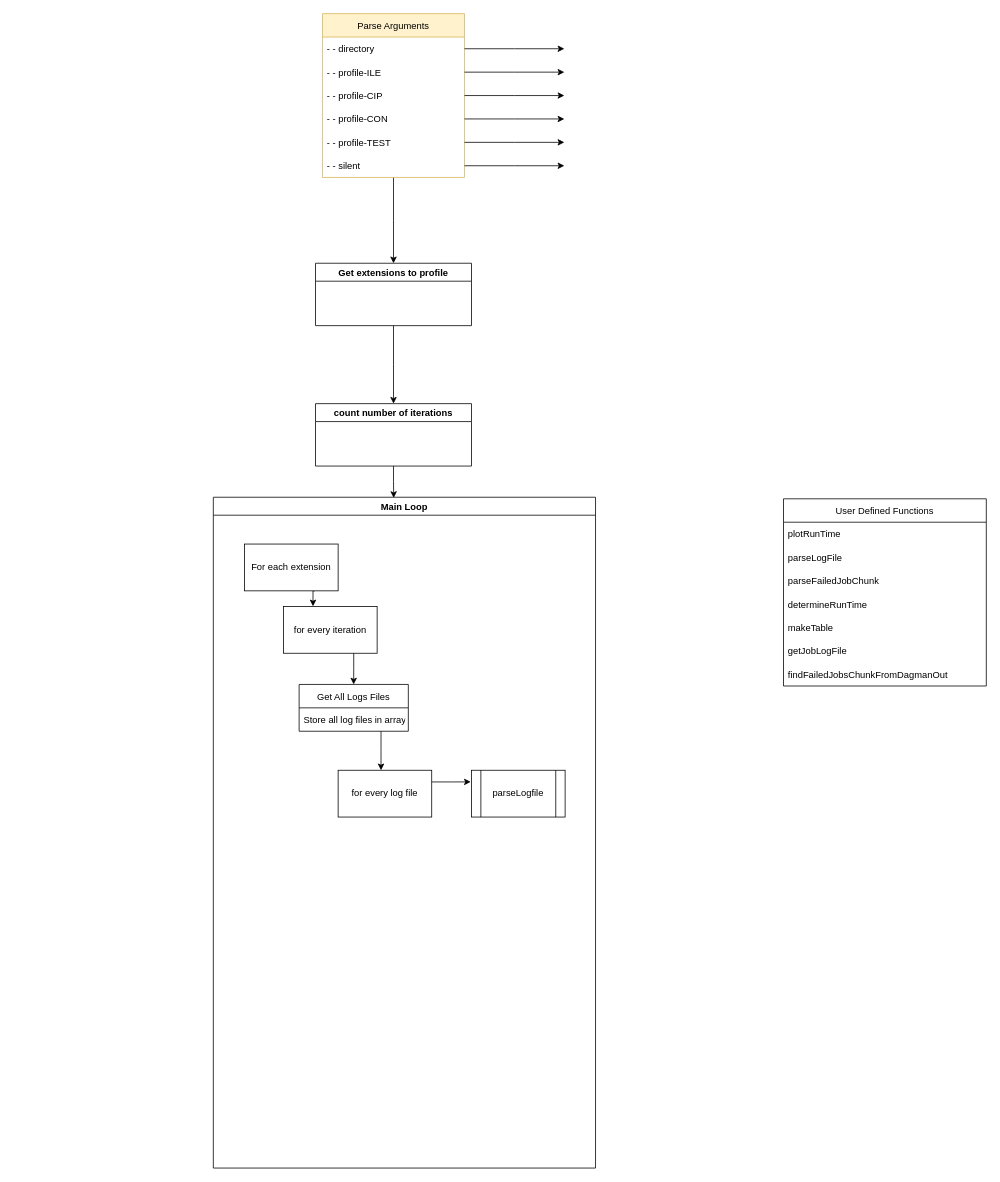
The draw.io diagram RIFT-Profiling-Script.drawio in jkwofford/JKWportfolio, before the edit. Source tidied: cells renumbered, new cells numbered last; positions are measured from the earlier drawing's top-left corner, leaving out a move shared by most shapes. Both pictures are drawn from the tidied source at 78%, with x=0, y=0 at pixel (213, 13).
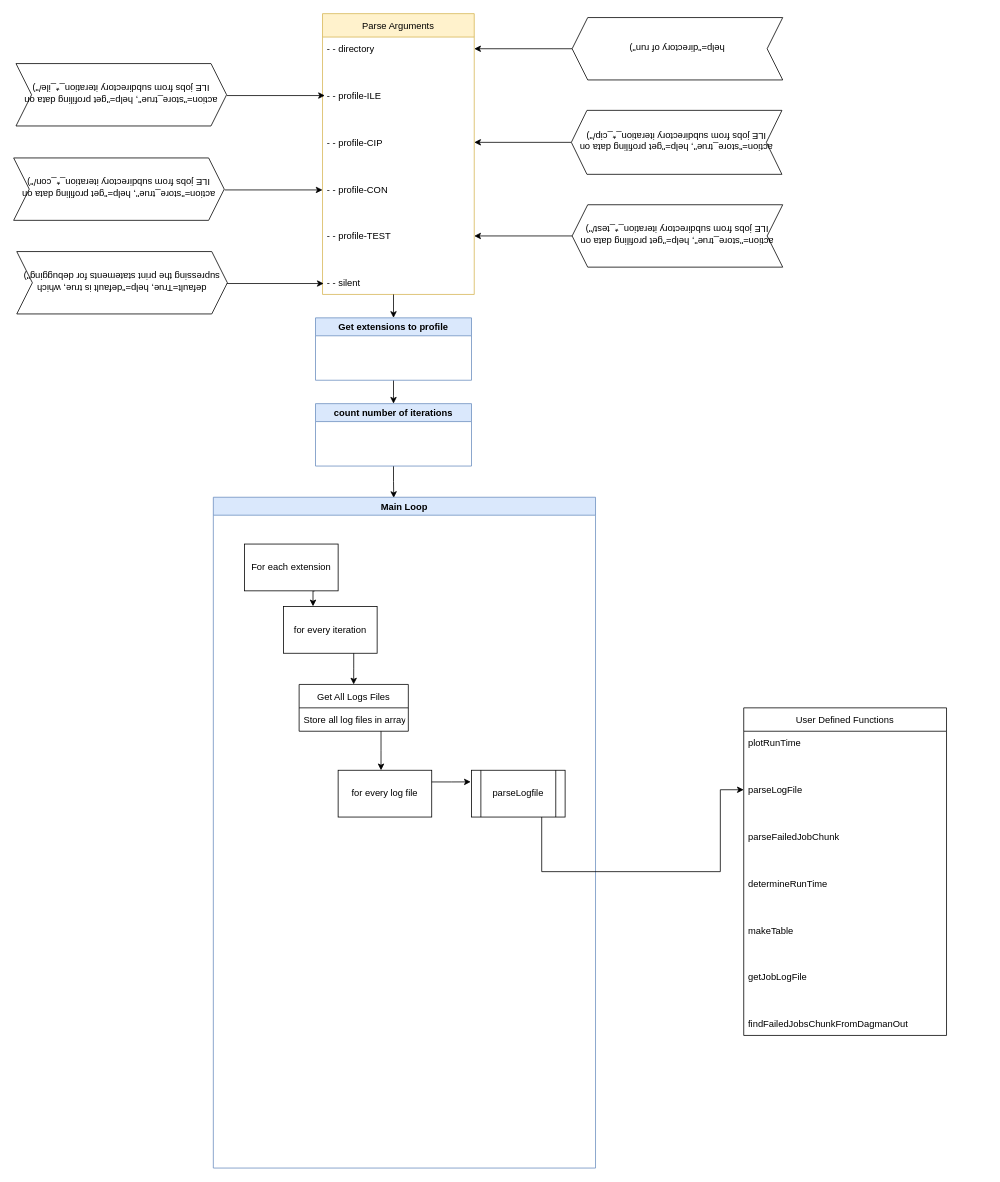
Above is the later version.

The change refers to these unchanged cells:
```xml
<mxCell id="27" value="parseLogfile" style="shape=process;whiteSpace=wrap;html=1;backgroundOutline=1;" parent="20" vertex="1">
  <mxGeometry x="331" y="350" width="120" height="60" as="geometry" />
</mxCell>
```

Diff of the diagram source:
```diff
@@
-    <mxCell id="2" style="edgeStyle=orthogonalEdgeStyle;rounded=0;jettySize=auto;html=1;" parent="1" edge="1" source="3">
-      <mxGeometry relative="1" as="geometry">
-        <mxPoint x="231" y="320" as="targetPoint" />
-      </mxGeometry>
-    </mxCell>
     <mxCell id="3" value="Parse Arguments" style="swimlane;fontStyle=0;horizontal=1;startSize=30;fillColor=#fff2cc;strokeColor=#d6b656;" parent="1" vertex="1">
-      <mxGeometry x="140" width="182" height="210" as="geometry" />
+      <mxGeometry x="140" width="194.5" height="360" as="geometry" />
     </mxCell>
     <mxCell id="4" value="- - directory" style="text;strokeColor=none;fillColor=none;align=left;verticalAlign=middle;spacingLeft=4;spacingRight=4;overflow=hidden;points=[[0,0.5],[1,0.5]];portConstraint=eastwest;" parent="3" vertex="1">
-      <mxGeometry y="30" width="182" height="30" as="geometry" />
+      <mxGeometry y="30" width="194.5" height="30" as="geometry" />
     </mxCell>
+    <mxCell id="39" style="text;strokeColor=none;fillColor=none;align=left;verticalAlign=middle;spacingLeft=4;spacingRight=4;overflow=hidden;" parent="3" vertex="1">
+      <mxGeometry y="60" width="194.5" height="30" as="geometry" />
+    </mxCell>
     <mxCell id="5" value="- - profile-ILE" style="text;strokeColor=none;fillColor=none;align=left;verticalAlign=middle;spacingLeft=4;spacingRight=4;overflow=hidden;points=[[0,0.5],[1,0.5]];portConstraint=eastwest;" parent="3" vertex="1">
-      <mxGeometry y="60" width="182" height="30" as="geometry" />
+      <mxGeometry y="90" width="194.5" height="30" as="geometry" />
     </mxCell>
+    <mxCell id="40" style="text;strokeColor=none;fillColor=none;align=left;verticalAlign=middle;spacingLeft=4;spacingRight=4;overflow=hidden;" parent="3" vertex="1">
+      <mxGeometry y="120" width="194.5" height="30" as="geometry" />
+    </mxCell>
     <mxCell id="6" value="- - profile-CIP" style="text;strokeColor=none;fillColor=none;align=left;verticalAlign=middle;spacingLeft=4;spacingRight=4;overflow=hidden;points=[[0,0.5],[1,0.5]];portConstraint=eastwest;" parent="3" vertex="1">
-      <mxGeometry y="90" width="182" height="30" as="geometry" />
+      <mxGeometry y="150" width="194.5" height="30" as="geometry" />
     </mxCell>
+    <mxCell id="41" style="text;strokeColor=none;fillColor=none;align=left;verticalAlign=middle;spacingLeft=4;spacingRight=4;overflow=hidden;" parent="3" vertex="1">
+      <mxGeometry y="180" width="194.5" height="30" as="geometry" />
+    </mxCell>
     <mxCell id="7" value="- - profile-CON" style="text;strokeColor=none;fillColor=none;align=left;verticalAlign=middle;spacingLeft=4;spacingRight=4;overflow=hidden;points=[[0,0.5],[1,0.5]];portConstraint=eastwest;" parent="3" vertex="1">
-      <mxGeometry y="120" width="182" height="30" as="geometry" />
+      <mxGeometry y="210" width="194.5" height="30" as="geometry" />
     </mxCell>
+    <mxCell id="42" style="text;strokeColor=none;fillColor=none;align=left;verticalAlign=middle;spacingLeft=4;spacingRight=4;overflow=hidden;" parent="3" vertex="1">
+      <mxGeometry y="240" width="194.5" height="30" as="geometry" />
+    </mxCell>
     <mxCell id="8" value="- - profile-TEST" style="text;strokeColor=none;fillColor=none;align=left;verticalAlign=middle;spacingLeft=4;spacingRight=4;overflow=hidden;points=[[0,0.5],[1,0.5]];portConstraint=eastwest;" parent="3" vertex="1">
-      <mxGeometry y="150" width="182" height="30" as="geometry" />
+      <mxGeometry y="270" width="194.5" height="30" as="geometry" />
     </mxCell>
+    <mxCell id="43" style="text;strokeColor=none;fillColor=none;align=left;verticalAlign=middle;spacingLeft=4;spacingRight=4;overflow=hidden;" parent="3" vertex="1">
+      <mxGeometry y="300" width="194.5" height="30" as="geometry" />
+    </mxCell>
     <mxCell id="9" value="- - silent" style="text;strokeColor=none;fillColor=none;align=left;verticalAlign=middle;spacingLeft=4;spacingRight=4;overflow=hidden;points=[[0,0.5],[1,0.5]];portConstraint=eastwest;" parent="3" vertex="1">
-      <mxGeometry y="180" width="182" height="30" as="geometry" />
+      <mxGeometry y="330" width="194.5" height="30" as="geometry" />
     </mxCell>
-    <mxCell id="10" style="edgeStyle=orthogonalEdgeStyle;rounded=0;jettySize=auto;html=1;" parent="1" edge="1" source="4">
-      <mxGeometry relative="1" as="geometry">
-        <mxPoint x="450" y="45" as="targetPoint" />
-      </mxGeometry>
-    </mxCell>
-    <mxCell id="11" style="edgeStyle=orthogonalEdgeStyle;rounded=0;jettySize=auto;html=1;" parent="1" edge="1" source="5">
+    <mxCell id="11" style="edgeStyle=orthogonalEdgeStyle;rounded=0;orthogonalLoop=1;jettySize=auto;html=1;" parent="1" edge="1">
       <mxGeometry relative="1" as="geometry">
-        <mxPoint x="450" y="75" as="targetPoint" />
+        <mxPoint x="17.5" y="105" as="sourcePoint" />
+        <mxPoint x="143" y="105" as="targetPoint" />
       </mxGeometry>
     </mxCell>
-    <mxCell id="12" style="edgeStyle=orthogonalEdgeStyle;rounded=0;jettySize=auto;html=1;" parent="1" edge="1" source="6">
-      <mxGeometry relative="1" as="geometry">
-        <mxPoint x="450" y="105" as="targetPoint" />
-      </mxGeometry>
-    </mxCell>
-    <mxCell id="13" style="edgeStyle=orthogonalEdgeStyle;rounded=0;jettySize=auto;html=1;" parent="1" edge="1" source="7">
-      <mxGeometry relative="1" as="geometry">
-        <mxPoint x="450" y="135" as="targetPoint" />
-      </mxGeometry>
-    </mxCell>
-    <mxCell id="14" style="edgeStyle=orthogonalEdgeStyle;rounded=0;jettySize=auto;html=1;" parent="1" edge="1" source="8">
-      <mxGeometry relative="1" as="geometry">
-        <mxPoint x="450" y="165" as="targetPoint" />
-      </mxGeometry>
-    </mxCell>
-    <mxCell id="15" style="edgeStyle=orthogonalEdgeStyle;rounded=0;jettySize=auto;html=1;" parent="1" edge="1" source="9">
-      <mxGeometry relative="1" as="geometry">
-        <mxPoint x="450" y="195" as="targetPoint" />
-      </mxGeometry>
-    </mxCell>
@@
-    <mxCell id="17" value="Get extensions to profile" style="swimlane;" parent="1" vertex="1">
-      <mxGeometry x="131" y="320" width="200" height="80" as="geometry" />
+    <mxCell id="17" value="Get extensions to profile" style="swimlane;fillColor=#dae8fc;strokeColor=#6c8ebf;" parent="1" vertex="1">
+      <mxGeometry x="131" y="390" width="200" height="80" as="geometry" />
     </mxCell>
@@
-    <mxCell id="19" value="count number of iterations" style="swimlane;" parent="1" vertex="1">
+    <mxCell id="19" value="count number of iterations" style="swimlane;fillColor=#dae8fc;strokeColor=#6c8ebf;" parent="1" vertex="1">
       <mxGeometry x="131" y="500" width="200" height="80" as="geometry" />
     </mxCell>
-    <mxCell id="20" value="Main Loop" style="swimlane;startSize=23;" parent="1" vertex="1">
+    <mxCell id="20" value="Main Loop" style="swimlane;startSize=23;fillColor=#dae8fc;strokeColor=#6c8ebf;" parent="1" vertex="1">
       <mxGeometry y="620" width="490" height="860" as="geometry" />
     </mxCell>
@@
     <mxCell id="31" value="User Defined Functions" style="swimlane;fontStyle=0;horizontal=1;startSize=30;" parent="1" vertex="1">
-      <mxGeometry x="731" y="622" width="260" height="240" as="geometry" />
+      <mxGeometry x="680" y="890" width="260" height="420" as="geometry" />
     </mxCell>
@@
+    <mxCell id="44" style="text;strokeColor=none;fillColor=none;align=left;verticalAlign=middle;spacingLeft=4;spacingRight=4;overflow=hidden;" parent="31" vertex="1">
+      <mxGeometry y="60" width="260" height="30" as="geometry" />
+    </mxCell>
     <mxCell id="33" value="parseLogFile" style="text;strokeColor=none;fillColor=none;align=left;verticalAlign=middle;spacingLeft=4;spacingRight=4;overflow=hidden;points=[[0,0.5],[1,0.5]];portConstraint=eastwest;" parent="31" vertex="1">
-      <mxGeometry y="60" width="260" height="30" as="geometry" />
+      <mxGeometry y="90" width="260" height="30" as="geometry" />
     </mxCell>
+    <mxCell id="45" style="text;strokeColor=none;fillColor=none;align=left;verticalAlign=middle;spacingLeft=4;spacingRight=4;overflow=hidden;" parent="31" vertex="1">
+      <mxGeometry y="120" width="260" height="30" as="geometry" />
+    </mxCell>
     <mxCell id="34" value="parseFailedJobChunk" style="text;strokeColor=none;fillColor=none;align=left;verticalAlign=middle;spacingLeft=4;spacingRight=4;overflow=hidden;" parent="31" vertex="1">
-      <mxGeometry y="90" width="260" height="30" as="geometry" />
+      <mxGeometry y="150" width="260" height="30" as="geometry" />
     </mxCell>
+    <mxCell id="46" style="text;strokeColor=none;fillColor=none;align=left;verticalAlign=middle;spacingLeft=4;spacingRight=4;overflow=hidden;" parent="31" vertex="1">
+      <mxGeometry y="180" width="260" height="30" as="geometry" />
+    </mxCell>
     <mxCell id="35" value="determineRunTime" style="text;strokeColor=none;fillColor=none;align=left;verticalAlign=middle;spacingLeft=4;spacingRight=4;overflow=hidden;" parent="31" vertex="1">
-      <mxGeometry y="120" width="260" height="30" as="geometry" />
+      <mxGeometry y="210" width="260" height="30" as="geometry" />
     </mxCell>
+    <mxCell id="47" style="text;strokeColor=none;fillColor=none;align=left;verticalAlign=middle;spacingLeft=4;spacingRight=4;overflow=hidden;" parent="31" vertex="1">
+      <mxGeometry y="240" width="260" height="30" as="geometry" />
+    </mxCell>
     <mxCell id="36" value="makeTable" style="text;strokeColor=none;fillColor=none;align=left;verticalAlign=middle;spacingLeft=4;spacingRight=4;overflow=hidden;" parent="31" vertex="1">
-      <mxGeometry y="150" width="260" height="30" as="geometry" />
+      <mxGeometry y="270" width="260" height="30" as="geometry" />
     </mxCell>
+    <mxCell id="48" style="text;strokeColor=none;fillColor=none;align=left;verticalAlign=middle;spacingLeft=4;spacingRight=4;overflow=hidden;" parent="31" vertex="1">
+      <mxGeometry y="300" width="260" height="30" as="geometry" />
+    </mxCell>
     <mxCell id="37" value="getJobLogFile" style="text;strokeColor=none;fillColor=none;align=left;verticalAlign=middle;spacingLeft=4;spacingRight=4;overflow=hidden;" parent="31" vertex="1">
-      <mxGeometry y="180" width="260" height="30" as="geometry" />
+      <mxGeometry y="330" width="260" height="30" as="geometry" />
     </mxCell>
+    <mxCell id="49" style="text;strokeColor=none;fillColor=none;align=left;verticalAlign=middle;spacingLeft=4;spacingRight=4;overflow=hidden;" parent="31" vertex="1">
+      <mxGeometry y="360" width="260" height="30" as="geometry" />
+    </mxCell>
     <mxCell id="38" value="findFailedJobsChunkFromDagmanOut" style="text;strokeColor=none;fillColor=none;align=left;verticalAlign=middle;spacingLeft=4;spacingRight=4;overflow=hidden;" parent="31" vertex="1">
-      <mxGeometry y="210" width="260" height="30" as="geometry" />
+      <mxGeometry y="390" width="260" height="30" as="geometry" />
     </mxCell>
+    <mxCell id="50" style="edgeStyle=orthogonalEdgeStyle;rounded=0;jettySize=auto;html=1;exitX=0.75;exitY=1;exitDx=0;exitDy=0;entryX=0;entryY=0.5;entryDx=0;entryDy=0;" parent="1" edge="1" source="27" target="33">
+      <mxGeometry relative="1" as="geometry">
+        <Array as="points">
+          <mxPoint x="421" y="1100" />
+          <mxPoint x="650" y="1100" />
+          <mxPoint x="650" y="995" />
+        </Array>
+      </mxGeometry>
+    </mxCell>
+    <mxCell id="51" style="edgeStyle=orthogonalEdgeStyle;rounded=0;orthogonalLoop=1;jettySize=auto;html=1;" parent="1" edge="1">
+      <mxGeometry relative="1" as="geometry">
+        <mxPoint x="16" y="346" as="sourcePoint" />
+        <mxPoint x="141.5" y="346" as="targetPoint" />
+      </mxGeometry>
+    </mxCell>
+    <mxCell id="52" style="edgeStyle=orthogonalEdgeStyle;rounded=0;orthogonalLoop=1;jettySize=auto;html=1;" parent="1" edge="1">
+      <mxGeometry relative="1" as="geometry">
+        <mxPoint x="14.5" y="226" as="sourcePoint" />
+        <mxPoint x="140" y="226" as="targetPoint" />
+      </mxGeometry>
+    </mxCell>
+    <mxCell id="53" style="edgeStyle=orthogonalEdgeStyle;rounded=0;jettySize=auto;html=1;exitX=1;exitY=0.5;exitDx=0;exitDy=0;entryX=1;entryY=0.5;entryDx=0;entryDy=0;" parent="1" edge="1" source="54" target="4">
+      <mxGeometry relative="1" as="geometry" />
+    </mxCell>
+    <mxCell id="54" value="help=&quot;directory of run&quot;)" style="shape=step;perimeter=stepPerimeter;whiteSpace=wrap;html=1;fixedSize=1;rotation=-180;" parent="1" vertex="1">
+      <mxGeometry x="460" y="5" width="270" height="80" as="geometry" />
+    </mxCell>
+    <mxCell id="55" style="edgeStyle=orthogonalEdgeStyle;rounded=0;jettySize=auto;html=1;" parent="1" edge="1" source="56" target="6">
+      <mxGeometry relative="1" as="geometry" />
+    </mxCell>
+    <mxCell id="56" value="action=&quot;store_true&quot;, help=&quot;get profiling data on ILE jobs from subdirectory iteration_*_cip/&quot;)" style="shape=step;perimeter=stepPerimeter;whiteSpace=wrap;html=1;fixedSize=1;rotation=-180;" parent="1" vertex="1">
+      <mxGeometry x="459" y="124" width="270" height="82" as="geometry" />
+    </mxCell>
+    <mxCell id="57" style="edgeStyle=orthogonalEdgeStyle;rounded=0;jettySize=auto;html=1;exitX=1;exitY=0.5;exitDx=0;exitDy=0;entryX=1;entryY=0.5;entryDx=0;entryDy=0;" parent="1" edge="1" source="58" target="8">
+      <mxGeometry relative="1" as="geometry" />
+    </mxCell>
+    <mxCell id="58" value="action=&quot;store_true&quot;, help=&quot;get profiling data on ILE jobs from subdirectory iteration_*_test/&quot;)" style="shape=step;perimeter=stepPerimeter;whiteSpace=wrap;html=1;fixedSize=1;rotation=-180;" parent="1" vertex="1">
+      <mxGeometry x="460" y="245" width="270" height="80" as="geometry" />
+    </mxCell>
+    <mxCell id="59" value="action=&quot;store_true&quot;, help=&quot;get profiling data on ILE jobs from subdirectory iteration_*_ile/&quot;)" style="shape=step;perimeter=stepPerimeter;whiteSpace=wrap;html=1;fixedSize=1;rotation=-180;flipH=1;direction=east;" parent="1" vertex="1">
+      <mxGeometry x="-253" y="64" width="270" height="80" as="geometry" />
+    </mxCell>
+    <mxCell id="60" value="action=&quot;store_true&quot;, help=&quot;get profiling data on ILE jobs from subdirectory iteration_*_con/&quot;)" style="shape=step;perimeter=stepPerimeter;whiteSpace=wrap;html=1;fixedSize=1;rotation=-180;flipH=1;" parent="1" vertex="1">
+      <mxGeometry x="-256" y="185" width="270" height="80" as="geometry" />
+    </mxCell>
+    <mxCell id="61" value="default=True, help=&quot;default is true, which supressing the print statements for debugging&quot;)" style="shape=step;perimeter=stepPerimeter;whiteSpace=wrap;html=1;fixedSize=1;rotation=-180;flipH=1;" parent="1" vertex="1">
+      <mxGeometry x="-252" y="305" width="270" height="80" as="geometry" />
+    </mxCell>
+    <mxCell id="62" style="edgeStyle=orthogonalEdgeStyle;rounded=0;orthogonalLoop=1;jettySize=auto;html=1;" parent="1" edge="1">
+      <mxGeometry relative="1" as="geometry">
+        <mxPoint x="231" y="360" as="sourcePoint" />
+        <mxPoint x="231" y="390" as="targetPoint" />
+      </mxGeometry>
+    </mxCell>
```
